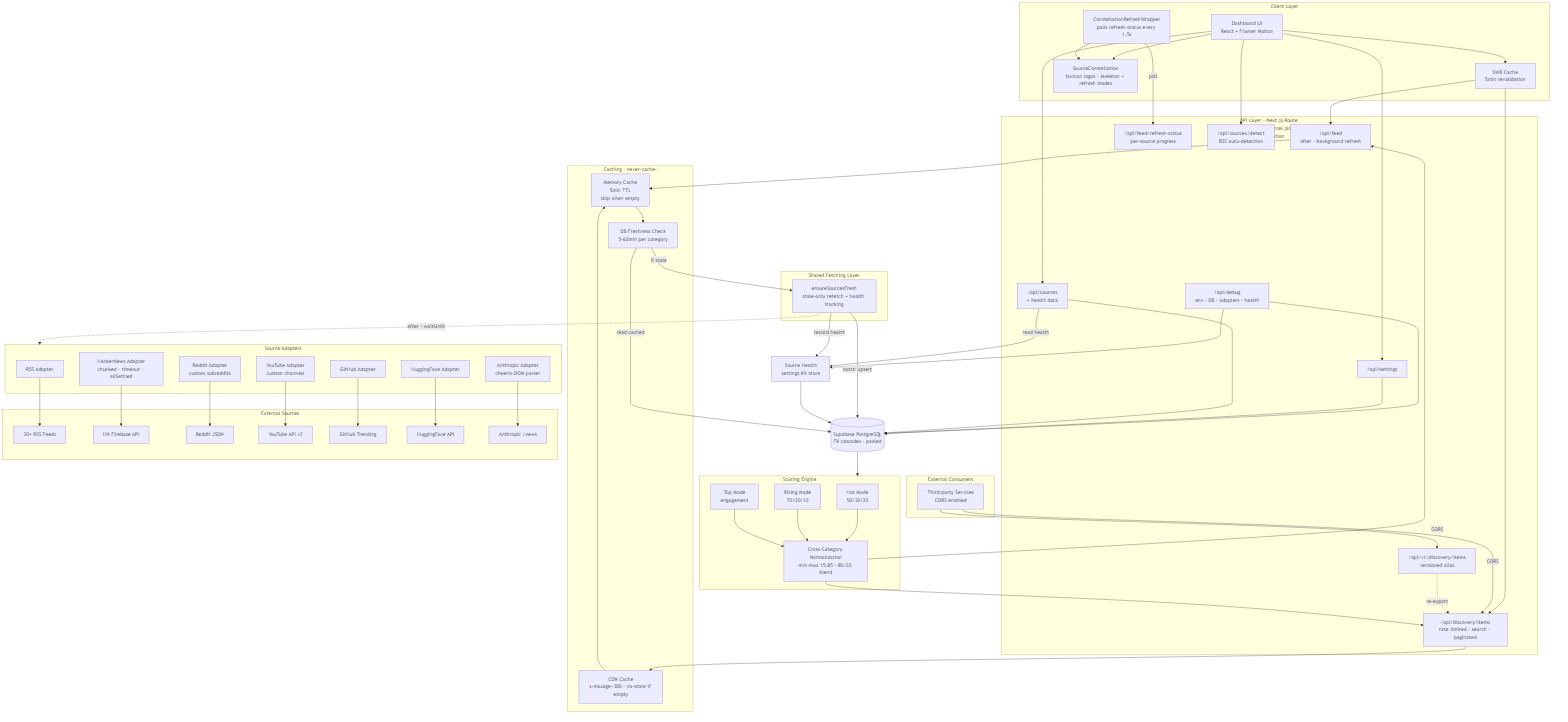
Earlier version of the Mermaid export docs/architecture.png (yairbederman/AI-Trends-Dashboard). Its source is kept beside it as docs/architecture.mmd. Its diagram source:
```mermaid
flowchart TD
    subgraph Client["Client Layer"]
        UI[Dashboard UI<br/>React + Framer Motion]
        SWR[SWR Cache<br/>5min revalidation]
        Constellation[SourceConstellation<br/>favicon logos · skeleton + refresh modes]
        RefreshWrapper[ConstellationRefreshWrapper<br/>polls refresh-status every 1.5s]
    end

    subgraph ExtConsumers["External Consumers"]
        ThirdParty[Third-party Services<br/>CORS enabled]
    end

    subgraph API["API Layer · Next.js Route Handlers · vercel.json maxDuration"]
        Feed["/api/feed<br/>after · background refresh"]
        RefreshStatus["/api/feed/refresh-status<br/>per-source progress"]
        Discovery["/api/discovery/items<br/>rate limited · search · paginated"]
        V1["/api/v1/discovery/items<br/>versioned alias"]
        Debug["/api/debug<br/>env · DB · adapters · health"]
        Settings["/api/settings"]
        Sources["/api/sources<br/>+ health data"]
        Detect["/api/sources/detect<br/>RSS auto-detection"]
    end

    subgraph Cache["Caching · never-cache-empty"]
        MemCache[Memory Cache<br/>5min TTL<br/>skip when empty]
        CDNCache[CDN Cache<br/>s-maxage=300 · no-store if empty]
        DBCache[DB Freshness Check<br/>5–60min per category]
    end

    subgraph Fetching["Shared Fetching Layer"]
        EnsureFresh[ensureSourcesFresh<br/>stale-only refetch + health tracking]
    end

    subgraph Adapters["Source Adapters"]
        RSS[RSS Adapter]
        HN[HackerNews Adapter<br/>chunked · timeout · allSettled]
        Reddit[Reddit Adapter<br/>custom subreddits]
        YT[YouTube Adapter<br/>custom channels]
        GH[GitHub Adapter]
        HF[HuggingFace Adapter]
        Anth[Anthropic Adapter<br/>cheerio DOM parser]
    end

    subgraph Scoring["Scoring Engine"]
        Hot[Hot Mode<br/>50/30/20]
        Rising[Rising Mode<br/>70/20/10]
        Top[Top Mode<br/>engagement]
        Normalize[Cross-Category Normalization<br/>min-max 15–85 · 80/20 blend]
    end

    subgraph External["External Sources"]
        RSSFeeds[30+ RSS Feeds]
        HNAPI[HN Firebase API]
        RedditJSON[Reddit JSON]
        YTAPI[YouTube API v3]
        GHTrending[GitHub Trending]
        HFAPI[HuggingFace API]
        AnthNews[Anthropic /news]
    end

    DB[(Supabase PostgreSQL<br/>FK cascades · pooled)]
    Health[Source Health<br/>settings KV store]

    UI --> SWR
    UI --> Constellation
    SWR --> Feed
    SWR --> Discovery
    RefreshWrapper -->|poll| RefreshStatus
    RefreshWrapper --> Constellation
    UI --> Settings
    UI --> Sources
    UI --> Detect

    ThirdParty -->|CORS| Discovery
    ThirdParty -->|CORS| V1
    V1 -.->|re-export| Discovery

    Debug --> DB
    Debug --> Health

    Feed --> MemCache
    Discovery --> CDNCache
    CDNCache --> MemCache
    MemCache --> DBCache
    DBCache -->|if stale| EnsureFresh
    EnsureFresh -.->|after · waitUntil| Adapters

    RSS --> RSSFeeds
    HN --> HNAPI
    Reddit --> RedditJSON
    YT --> YTAPI
    GH --> GHTrending
    HF --> HFAPI
    Anth --> AnthNews

    EnsureFresh -->|batch upsert| DB
    EnsureFresh -->|record health| Health
    DBCache -->|read cached| DB
    Settings --> DB
    Sources --> DB
    Sources -->|read health| Health
    Health --> DB

    DB --> Scoring
    Hot --> Normalize
    Rising --> Normalize
    Top --> Normalize
    Normalize --> Feed
    Normalize --> Discovery
```
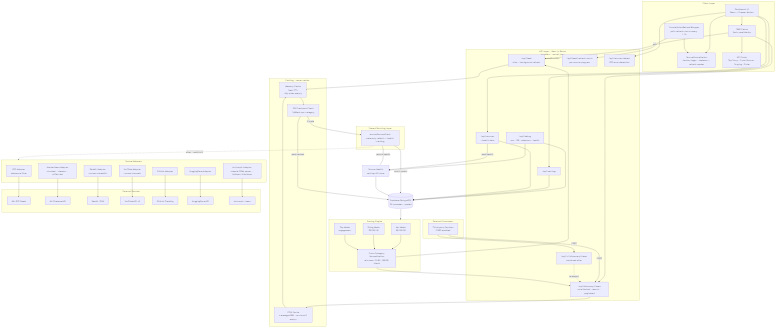
After the commit.

The edit, as a diff of the source:
```diff
@@ -4,6 +4,7 @@
         SWR[SWR Cache<br/>5min revalidation]
         Constellation[SourceConstellation<br/>favicon logos · skeleton + refresh modes]
         RefreshWrapper[ConstellationRefreshWrapper<br/>polls refresh-status every 1.5s]
+        KPI[KPI Cards<br/>Top Story · Cross-Source · Surging · Pulse]
     end
 
     subgraph ExtConsumers["External Consumers"]
@@ -32,13 +33,13 @@
     end
 
     subgraph Adapters["Source Adapters"]
-        RSS[RSS Adapter]
+        RSS[RSS Adapter<br/>relevance filter]
         HN[HackerNews Adapter<br/>chunked · timeout · allSettled]
         Reddit[Reddit Adapter<br/>custom subreddits]
         YT[YouTube Adapter<br/>custom channels]
         GH[GitHub Adapter]
         HF[HuggingFace Adapter]
-        Anth[Anthropic Adapter<br/>cheerio DOM parser]
+        Anth[Anthropic Adapter<br/>cheerio DOM parser · fallback title/date]
     end
 
     subgraph Scoring["Scoring Engine"]
@@ -49,7 +50,7 @@
     end
 
     subgraph External["External Sources"]
-        RSSFeeds[30+ RSS Feeds]
+        RSSFeeds[40+ RSS Feeds]
         HNAPI[HN Firebase API]
         RedditJSON[Reddit JSON]
         YTAPI[YouTube API v3]
@@ -63,6 +64,7 @@
 
     UI --> SWR
     UI --> Constellation
+    SWR --> KPI
     SWR --> Feed
     SWR --> Discovery
     RefreshWrapper -->|poll| RefreshStatus
```
